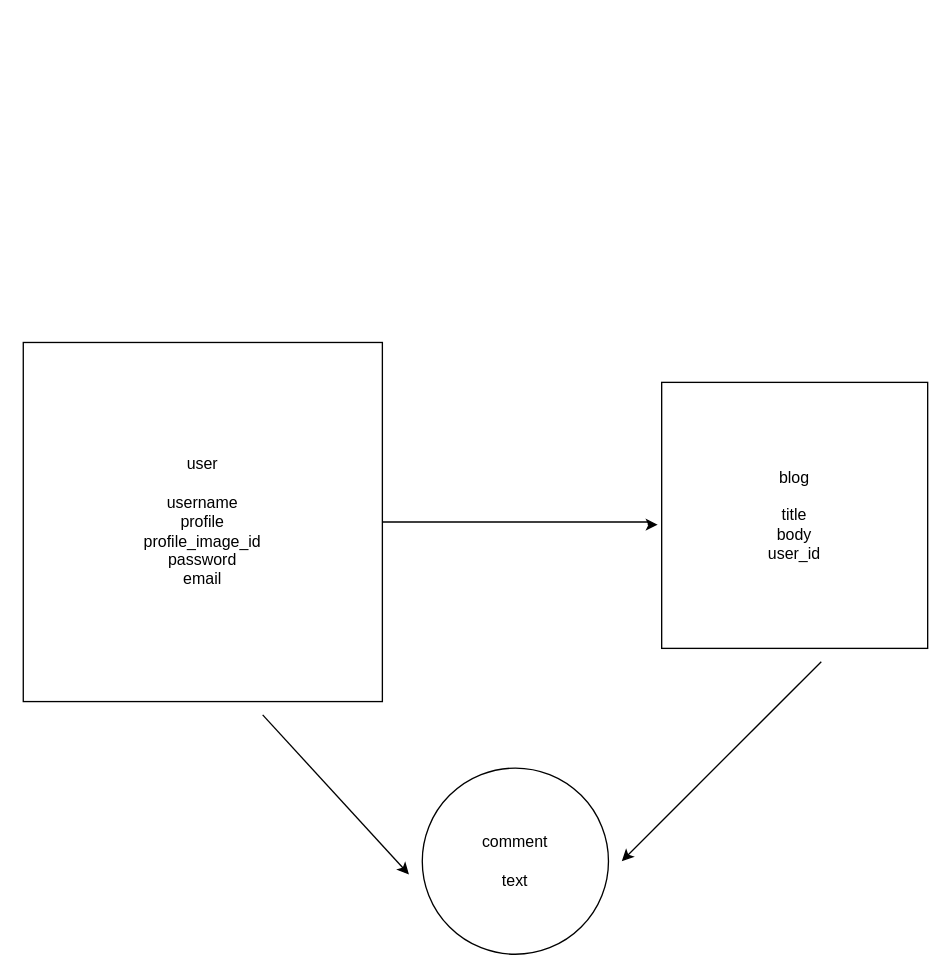
The draw.io diagram ER.dio in pochi13/ourblog, before the edit. Source tidied: cells renumbered, new cells numbered last; positions are measured from the earlier drawing's top-left corner, leaving out a move shared by most shapes. Both pictures are drawn from the tidied source at 133%, with x=0, y=0 at pixel (23, 342).
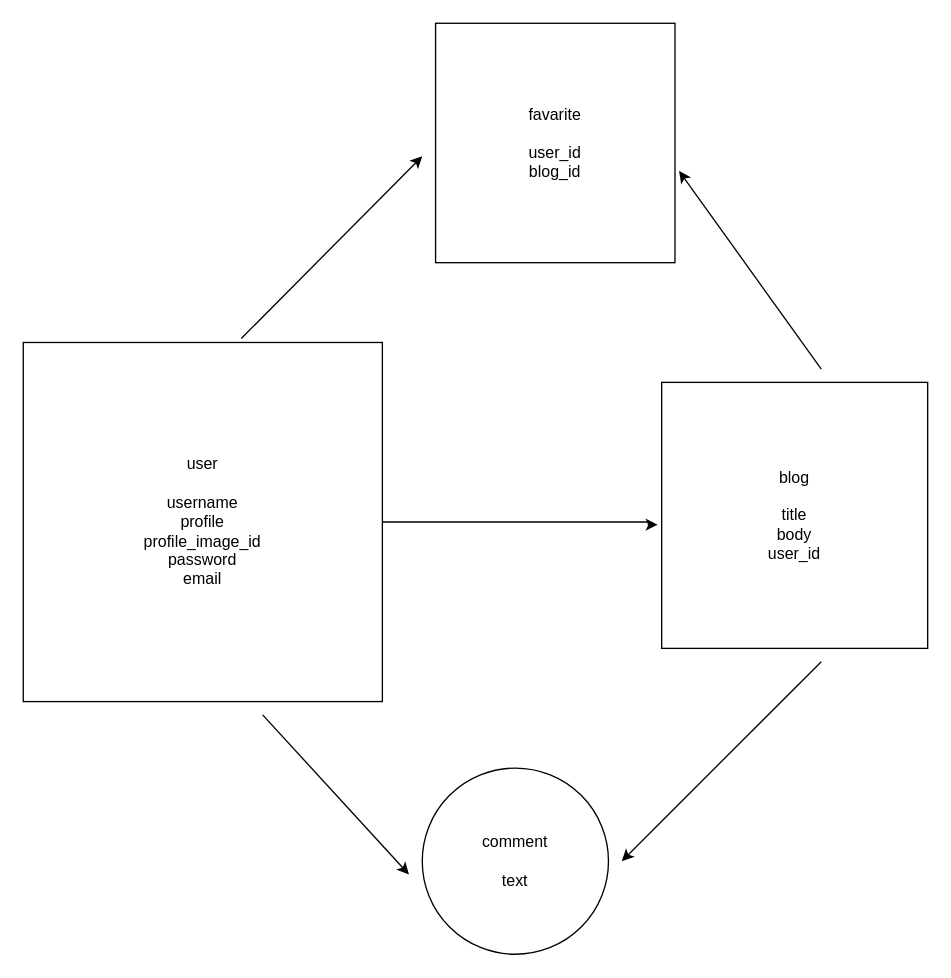
The same page after the edit.

The edit, as a diff of the source:
```diff
@@
 <mxGraphModel>
   <root>
     <mxCell id="0" />
     <mxCell id="1" parent="0" />
     <mxCell id="2" style="edgeStyle=orthogonalEdgeStyle;rounded=0;jettySize=auto;html=1;entryX=-0.015;entryY=0.535;entryDx=0;entryDy=0;entryPerimeter=0;" parent="1" edge="1" source="3" target="5">
       <mxGeometry relative="1" as="geometry">
         <Array as="points">
           <mxPoint x="470" y="135" />
           <mxPoint x="470" y="137" />
         </Array>
       </mxGeometry>
     </mxCell>
     <mxCell id="3" value="user&lt;br&gt;&lt;br&gt;username&lt;br&gt;profile&lt;br&gt;profile_image_id&lt;br&gt;password&lt;br&gt;email" style="whiteSpace=wrap;html=1;" parent="1" vertex="1">
       <mxGeometry width="270" height="270" as="geometry" />
     </mxCell>
     <mxCell id="4" value="comment&lt;br&gt;&lt;br&gt;text" style="ellipse;whiteSpace=wrap;html=1;" parent="1" vertex="1">
       <mxGeometry x="300" y="320" width="140" height="140" as="geometry" />
     </mxCell>
     <mxCell id="5" value="blog&lt;br&gt;&lt;br&gt;title&lt;br&gt;body&lt;br&gt;user_id" style="whiteSpace=wrap;html=1;" parent="1" vertex="1">
       <mxGeometry x="480" y="30" width="200" height="200" as="geometry" />
     </mxCell>
     <mxCell id="6" style="endArrow=classic;html=1;" parent="1" edge="1">
       <mxGeometry relative="1" as="geometry">
         <mxPoint x="180" y="280" as="sourcePoint" />
         <mxPoint x="290" y="400" as="targetPoint" />
       </mxGeometry>
     </mxCell>
     <mxCell id="7" style="endArrow=classic;html=1;" parent="1" edge="1">
       <mxGeometry relative="1" as="geometry">
         <mxPoint x="600" y="240" as="sourcePoint" />
         <mxPoint x="450" y="390" as="targetPoint" />
       </mxGeometry>
     </mxCell>
+    <mxCell id="8" value="favarite&lt;br&gt;&lt;br&gt;user_id&lt;br&gt;blog_id" style="whiteSpace=wrap;html=1;" parent="1" vertex="1">
+      <mxGeometry x="310" y="-240" width="180" height="180" as="geometry" />
+    </mxCell>
+    <mxCell id="9" style="endArrow=classic;html=1;exitX=0.607;exitY=-0.011;exitDx=0;exitDy=0;exitPerimeter=0;" parent="1" edge="1" source="3">
+      <mxGeometry relative="1" as="geometry">
+        <mxPoint x="300" y="-140" as="targetPoint" />
+      </mxGeometry>
+    </mxCell>
+    <mxCell id="10" style="endArrow=classic;html=1;entryX=1.017;entryY=0.617;entryDx=0;entryDy=0;entryPerimeter=0;" parent="1" edge="1" target="8">
+      <mxGeometry relative="1" as="geometry">
+        <mxPoint x="600" y="20" as="sourcePoint" />
+      </mxGeometry>
+    </mxCell>
   </root>
 </mxGraphModel>
```
